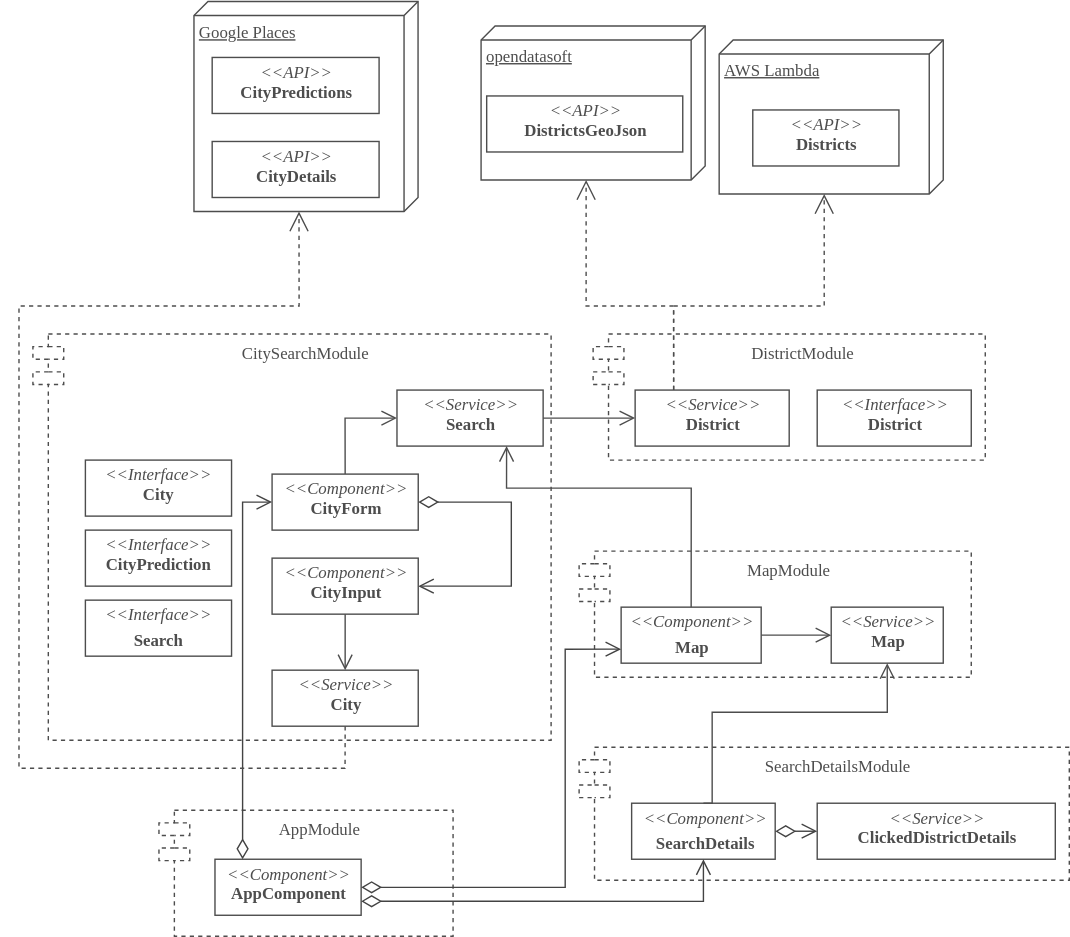
Kexplx/crimeview keeps this draw.io diagram as docs/building-block-view.svg. Above is the earlier version. Source tidied: cells renumbered, new cells last; positions are measured from the earlier drawing's top-left corner, leaving out a move shared by most shapes.
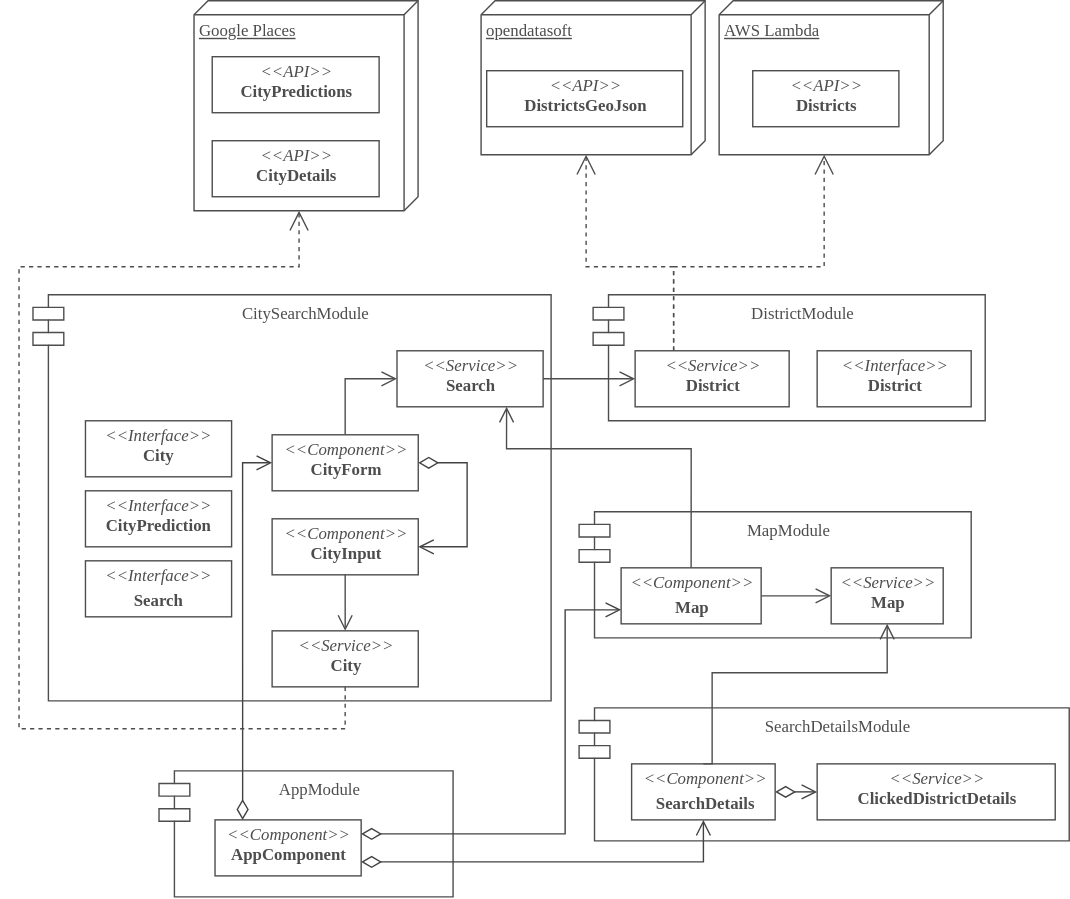
After the change.

Commit message:
doc: add dynamic view

What changed in the source:
```diff
@@ -2,13 +2,13 @@
   <root>
     <mxCell id="0" />
     <mxCell id="1" parent="0" />
-    <mxCell id="2" value="AppModule" style="shape=module;align=left;spacingLeft=20;align=center;verticalAlign=top;strokeColor=#4D4D4D;fontFamily=Fira Code;fontColor=#4D4D4D;jettyWidth=22;jettyHeight=9;dashed=1;" parent="1" vertex="1">
+    <mxCell id="2" value="AppModule" style="shape=module;align=left;spacingLeft=20;align=center;verticalAlign=top;strokeColor=#4D4D4D;fontFamily=Fira Code;fontColor=#4D4D4D;jettyWidth=22;jettyHeight=9;" parent="1" vertex="1">
       <mxGeometry x="100" y="578" width="210" height="90" as="geometry" />
     </mxCell>
     <mxCell id="3" style="group;dashed=1;" parent="1" vertex="1">
       <mxGeometry x="410" y="233" width="280" height="95" as="geometry" />
     </mxCell>
-    <mxCell id="4" value="DistrictModule" style="shape=module;align=left;spacingLeft=20;align=center;verticalAlign=top;strokeColor=#4D4D4D;fontFamily=Fira Code;fontColor=#4D4D4D;jettyWidth=22;jettyHeight=9;dashed=1;" parent="3" vertex="1">
+    <mxCell id="4" value="DistrictModule" style="shape=module;align=left;spacingLeft=20;align=center;verticalAlign=top;strokeColor=#4D4D4D;fontFamily=Fira Code;fontColor=#4D4D4D;jettyWidth=22;jettyHeight=9;" parent="3" vertex="1">
       <mxGeometry y="5" width="280" height="90" as="geometry" />
     </mxCell>
     <mxCell id="5" value="&lt;p style=&quot;margin: 0px ; margin-top: 4px ; text-align: center&quot;&gt;&lt;i&gt;&amp;lt;&amp;lt;Interface&amp;gt;&amp;gt;&lt;/i&gt;&lt;br&gt;&lt;b&gt;District&lt;/b&gt;&lt;/p&gt;&lt;p style=&quot;margin: 0px ; margin-left: 4px&quot;&gt;&lt;br&gt;&lt;/p&gt;" style="verticalAlign=top;align=left;overflow=fill;fontSize=12;fontFamily=Fira Code;html=1;fontSource=https%3A%2F%2Ffonts.googleapis.com%2Fcss%3Ffamily%3DFira%2BCode;fontColor=#4D4D4D;strokeColor=#4D4D4D;" parent="3" vertex="1">
@@ -20,7 +20,7 @@
     <mxCell id="7" style="group;dashed=1;dashPattern=1 1;" parent="1" vertex="1">
       <mxGeometry x="10" y="233" width="370" height="295" as="geometry" />
     </mxCell>
-    <mxCell id="8" value="CitySearchModule" style="shape=module;align=left;spacingLeft=20;align=center;verticalAlign=top;strokeColor=#4D4D4D;fontFamily=Fira Code;fontColor=#4D4D4D;jettyWidth=22;jettyHeight=9;dashed=1;" parent="7" vertex="1">
+    <mxCell id="8" value="CitySearchModule" style="shape=module;align=left;spacingLeft=20;align=center;verticalAlign=top;strokeColor=#4D4D4D;fontFamily=Fira Code;fontColor=#4D4D4D;jettyWidth=22;jettyHeight=9;" parent="7" vertex="1">
       <mxGeometry y="5" width="370" height="290" as="geometry" />
     </mxCell>
     <mxCell id="9" value="&lt;p style=&quot;margin: 0px ; margin-top: 4px ; text-align: center&quot;&gt;&lt;i&gt;&amp;lt;&amp;lt;Interface&amp;gt;&amp;gt;&lt;/i&gt;&lt;br&gt;&lt;b&gt;City&lt;/b&gt;&lt;/p&gt;&lt;p style=&quot;margin: 0px ; margin-left: 4px&quot;&gt;&lt;br&gt;&lt;/p&gt;" style="verticalAlign=top;align=left;overflow=fill;fontSize=12;fontFamily=Fira Code;html=1;fontSource=https%3A%2F%2Ffonts.googleapis.com%2Fcss%3Ffamily%3DFira%2BCode;fontColor=#4D4D4D;strokeColor=#4D4D4D;" parent="7" vertex="1">
@@ -50,18 +50,18 @@
     <mxCell id="17" style="endArrow=diamondThin;endFill=0;endSize=12;html=1;fontFamily=Roboto;fontColor=#434343;strokeColor=#434343;startArrow=open;startFill=0;startSize=9;entryX=1;entryY=0.5;entryDx=0;entryDy=0;edgeStyle=orthogonalEdgeStyle;exitX=1;exitY=0.5;exitDx=0;exitDy=0;rounded=0;" parent="7" edge="1" source="13" target="12">
       <mxGeometry relative="1" as="geometry">
         <Array as="points">
-          <mxPoint x="341.5" y="185" />
-          <mxPoint x="341.5" y="125" />
+          <mxPoint x="310" y="185" />
+          <mxPoint x="310" y="125" />
         </Array>
       </mxGeometry>
     </mxCell>
     <mxCell id="18" style="endArrow=open;endFill=1;endSize=9;html=1;fontFamily=Roboto;fontColor=#434343;strokeColor=#4D4D4D;entryX=0;entryY=0.5;entryDx=0;entryDy=0;exitX=0.5;exitY=0;exitDx=0;exitDy=0;edgeStyle=orthogonalEdgeStyle;rounded=0;" parent="7" edge="1" source="12" target="15">
       <mxGeometry relative="1" as="geometry" />
     </mxCell>
-    <mxCell id="19" style="group;dashed=1;" parent="1" vertex="1">
+    <mxCell id="19" style="group;" parent="1" vertex="1">
       <mxGeometry x="400" y="388" width="280" height="95" as="geometry" />
     </mxCell>
-    <mxCell id="20" value="MapModule" style="shape=module;align=left;spacingLeft=20;align=center;verticalAlign=top;strokeColor=#4D4D4D;fontFamily=Fira Code;fontColor=#4D4D4D;jettyWidth=22;jettyHeight=9;dashed=1;" parent="19" vertex="1">
+    <mxCell id="20" value="MapModule" style="shape=module;align=left;spacingLeft=20;align=center;verticalAlign=top;strokeColor=#4D4D4D;fontFamily=Fira Code;fontColor=#4D4D4D;jettyWidth=22;jettyHeight=9;" parent="19" vertex="1">
       <mxGeometry y="5" width="280" height="90" as="geometry" />
     </mxCell>
     <mxCell id="21" value="&lt;p style=&quot;margin: 0px ; margin-top: 4px ; text-align: center&quot;&gt;&lt;i&gt;&amp;lt;&amp;lt;Component&amp;gt;&amp;gt;&lt;/i&gt;&lt;/p&gt;&lt;p style=&quot;margin: 0px ; margin-top: 4px ; text-align: center&quot;&gt;&lt;b&gt;Map&lt;/b&gt;&lt;br&gt;&lt;/p&gt;" style="verticalAlign=top;align=left;overflow=fill;fontSize=12;fontFamily=Fira Code;html=1;fontSource=https%3A%2F%2Ffonts.googleapis.com%2Fcss%3Ffamily%3DFira%2BCode;fontColor=#4D4D4D;strokeColor=#4D4D4D;" parent="19" vertex="1">
@@ -90,7 +90,7 @@
     <mxCell id="26" style="group;dashed=1;" parent="1" vertex="1">
       <mxGeometry x="400" y="528" width="350" height="100" as="geometry" />
     </mxCell>
-    <mxCell id="27" value="SearchDetailsModule" style="shape=module;align=left;spacingLeft=20;align=center;verticalAlign=top;strokeColor=#4D4D4D;fontFamily=Fira Code;fontColor=#4D4D4D;jettyWidth=22;jettyHeight=9;dashed=1;" parent="26" vertex="1">
+    <mxCell id="27" value="SearchDetailsModule" style="shape=module;align=left;spacingLeft=20;align=center;verticalAlign=top;strokeColor=#4D4D4D;fontFamily=Fira Code;fontColor=#4D4D4D;jettyWidth=22;jettyHeight=9;" parent="26" vertex="1">
       <mxGeometry y="5" width="350" height="95" as="geometry" />
     </mxCell>
     <mxCell id="28" value="&lt;p style=&quot;margin: 0px ; margin-top: 4px ; text-align: center&quot;&gt;&lt;i&gt;&amp;lt;&amp;lt;Component&amp;gt;&amp;gt;&lt;/i&gt;&lt;/p&gt;&lt;p style=&quot;margin: 0px ; margin-top: 4px ; text-align: center&quot;&gt;&lt;b&gt;SearchDetails&lt;/b&gt;&lt;br&gt;&lt;/p&gt;" style="verticalAlign=top;align=left;overflow=fill;fontSize=12;fontFamily=Fira Code;html=1;fontSource=https%3A%2F%2Ffonts.googleapis.com%2Fcss%3Ffamily%3DFira%2BCode;fontColor=#4D4D4D;strokeColor=#4D4D4D;" parent="26" vertex="1">
@@ -121,11 +121,11 @@
         </Array>
       </mxGeometry>
     </mxCell>
-    <mxCell id="34" style="endArrow=diamondThin;endFill=0;endSize=12;html=1;fontFamily=Roboto;fontColor=#434343;strokeColor=#434343;startArrow=open;startFill=0;startSize=9;edgeStyle=orthogonalEdgeStyle;exitX=0;exitY=0.75;exitDx=0;exitDy=0;rounded=0;" parent="1" edge="1" source="21" target="32">
+    <mxCell id="34" style="endArrow=diamondThin;endFill=0;endSize=12;html=1;fontFamily=Roboto;fontColor=#434343;strokeColor=#434343;startArrow=open;startFill=0;startSize=9;edgeStyle=orthogonalEdgeStyle;exitX=0;exitY=0.75;exitDx=0;exitDy=0;rounded=0;entryX=1;entryY=0.25;entryDx=0;entryDy=0;" parent="1" edge="1" source="21" target="32">
       <mxGeometry relative="1" as="geometry">
         <Array as="points">
           <mxPoint x="390" y="463" />
-          <mxPoint x="390" y="633" />
+          <mxPoint x="390" y="623" />
         </Array>
       </mxGeometry>
     </mxCell>
@@ -137,7 +137,7 @@
       </mxGeometry>
     </mxCell>
     <mxCell id="36" style="group;" parent="1" vertex="1">
-      <mxGeometry x="125" y="0.5" width="160" height="150" as="geometry" />
+      <mxGeometry x="125" y="28" width="160" height="150" as="geometry" />
     </mxCell>
     <mxCell id="37" value="Google Places" style="verticalAlign=top;align=left;spacingTop=8;spacingLeft=2;spacingRight=12;shape=cube;size=10;direction=south;fontStyle=4;html=1;strokeColor=#4D4D4D;fontFamily=Fira Code;fontColor=#4D4D4D;" parent="36" vertex="1">
       <mxGeometry width="160" height="150" as="geometry" />
@@ -149,7 +149,7 @@
       <mxGeometry x="13" y="100" width="119.2" height="40" as="geometry" />
     </mxCell>
     <mxCell id="40" style="group;" parent="1" vertex="1">
-      <mxGeometry x="330" y="18" width="301" height="215" as="geometry" />
+      <mxGeometry x="330" y="28" width="301" height="215" as="geometry" />
     </mxCell>
     <mxCell id="41" value="opendatasoft" style="verticalAlign=top;align=left;spacingTop=8;spacingLeft=2;spacingRight=12;shape=cube;size=10;direction=south;fontStyle=4;html=1;strokeColor=#4D4D4D;fontFamily=Fira Code;fontColor=#4D4D4D;" parent="40" vertex="1">
       <mxGeometry width="160" height="110" as="geometry" />
```
